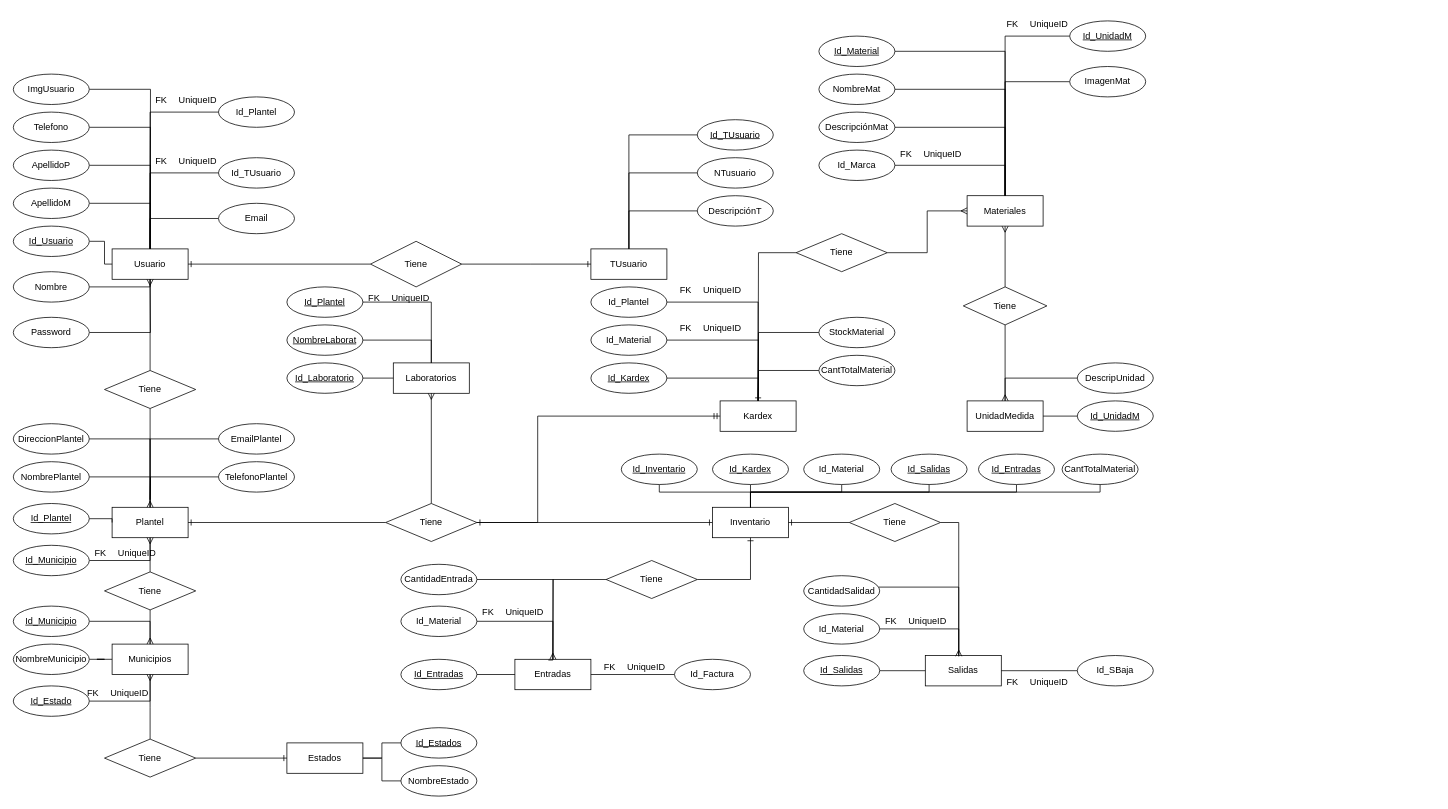
This is page "Modelo_Entidad_Relacion" (1 of 3) of Diagrama sin título.drawio from JlchavezG/ContruccionBd, a draw.io file, before an edit. Source tidied: cells renumbered, new cells numbered last; positions are measured from the earlier drawing's top-left corner, leaving out a move shared by most shapes. Both pictures are drawn from the tidied source at 76%, with x=0, y=0 at pixel (13, 13).
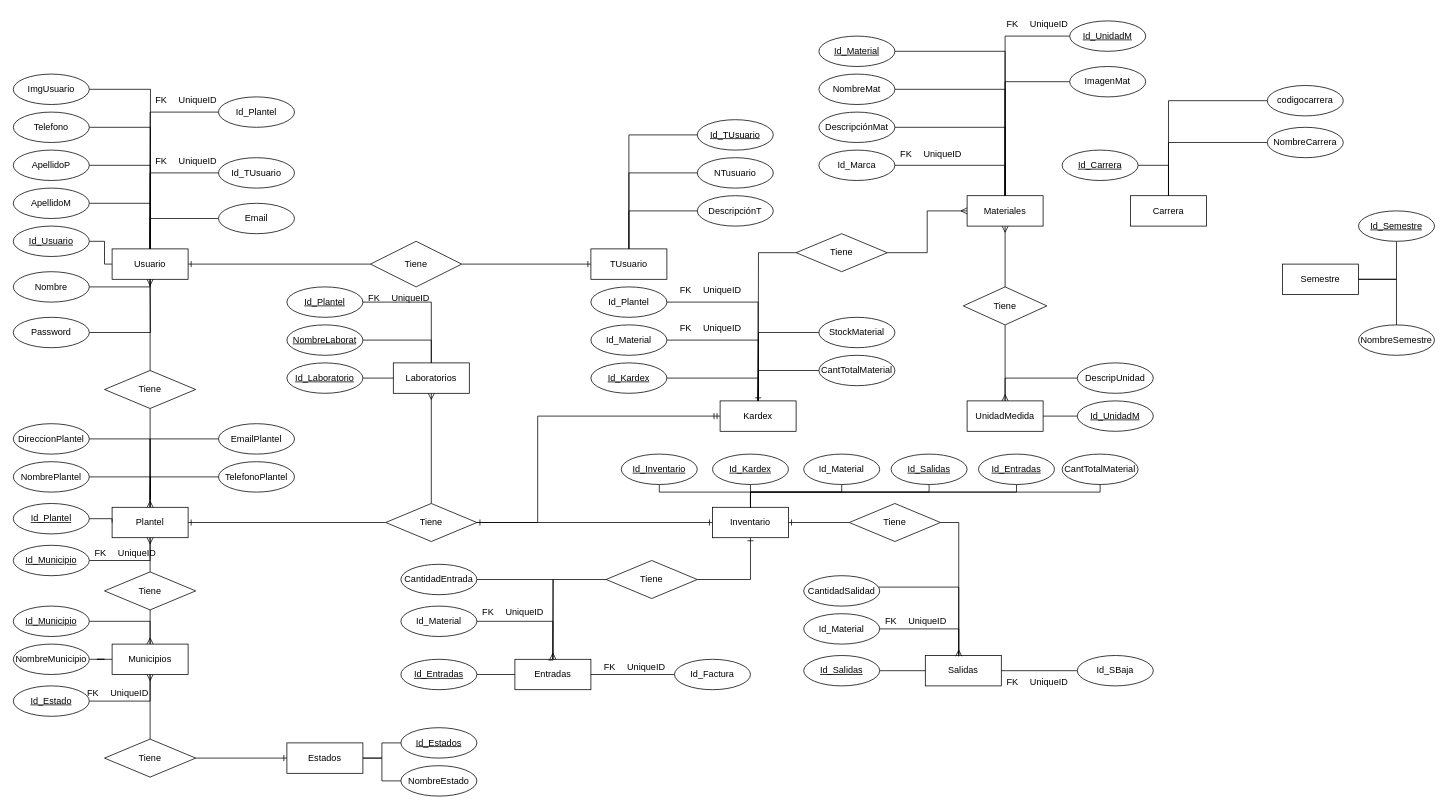
After the change.

Change to the diagram source:
```diff
@@
+    <mxCell id="203" style="edgeStyle=orthogonalEdgeStyle;rounded=0;jettySize=auto;html=1;entryX=1;entryY=0.5;entryDx=0;entryDy=0;endArrow=none;endFill=0;" parent="1" edge="1" source="204" target="205">
+      <mxGeometry relative="1" as="geometry" />
+    </mxCell>
+    <mxCell id="204" value="Carrera" style="whiteSpace=wrap;html=1;align=center;" parent="1" vertex="1">
+      <mxGeometry x="1470" y="240" width="100" height="40" as="geometry" />
+    </mxCell>
+    <mxCell id="205" value="Id_Carrera" style="ellipse;whiteSpace=wrap;html=1;align=center;fontStyle=4;" parent="1" vertex="1">
+      <mxGeometry x="1380" y="180" width="100" height="40" as="geometry" />
+    </mxCell>
+    <mxCell id="206" style="edgeStyle=orthogonalEdgeStyle;rounded=0;jettySize=auto;html=1;entryX=0.5;entryY=0;entryDx=0;entryDy=0;endArrow=none;endFill=0;" parent="1" edge="1" source="207" target="204">
+      <mxGeometry relative="1" as="geometry" />
+    </mxCell>
+    <mxCell id="207" value="NombreCarrera" style="ellipse;whiteSpace=wrap;html=1;align=center;" parent="1" vertex="1">
+      <mxGeometry x="1650" y="150" width="100" height="40" as="geometry" />
+    </mxCell>
+    <mxCell id="208" style="edgeStyle=orthogonalEdgeStyle;rounded=0;jettySize=auto;html=1;entryX=0.5;entryY=0;entryDx=0;entryDy=0;endArrow=none;endFill=0;" parent="1" edge="1" source="209" target="204">
+      <mxGeometry relative="1" as="geometry" />
+    </mxCell>
+    <mxCell id="209" value="codigocarrera" style="ellipse;whiteSpace=wrap;html=1;align=center;" parent="1" vertex="1">
+      <mxGeometry x="1650" y="95" width="100" height="40" as="geometry" />
+    </mxCell>
+    <mxCell id="210" value="Semestre" style="whiteSpace=wrap;html=1;align=center;" parent="1" vertex="1">
+      <mxGeometry x="1670" y="330" width="100" height="40" as="geometry" />
+    </mxCell>
+    <mxCell id="211" style="edgeStyle=orthogonalEdgeStyle;rounded=0;jettySize=auto;html=1;entryX=1;entryY=0.5;entryDx=0;entryDy=0;endArrow=none;endFill=0;" parent="1" edge="1" source="212" target="210">
+      <mxGeometry relative="1" as="geometry" />
+    </mxCell>
+    <mxCell id="212" value="Id_Semestre" style="ellipse;whiteSpace=wrap;html=1;align=center;fontStyle=4;" parent="1" vertex="1">
+      <mxGeometry x="1770" y="260" width="100" height="40" as="geometry" />
+    </mxCell>
+    <mxCell id="213" style="edgeStyle=orthogonalEdgeStyle;rounded=0;jettySize=auto;html=1;entryX=1;entryY=0.5;entryDx=0;entryDy=0;endArrow=none;endFill=0;" parent="1" edge="1" source="214" target="210">
+      <mxGeometry relative="1" as="geometry" />
+    </mxCell>
+    <mxCell id="214" value="NombreSemestre" style="ellipse;whiteSpace=wrap;html=1;align=center;" parent="1" vertex="1">
+      <mxGeometry x="1770" y="410" width="100" height="40" as="geometry" />
+    </mxCell>
```
